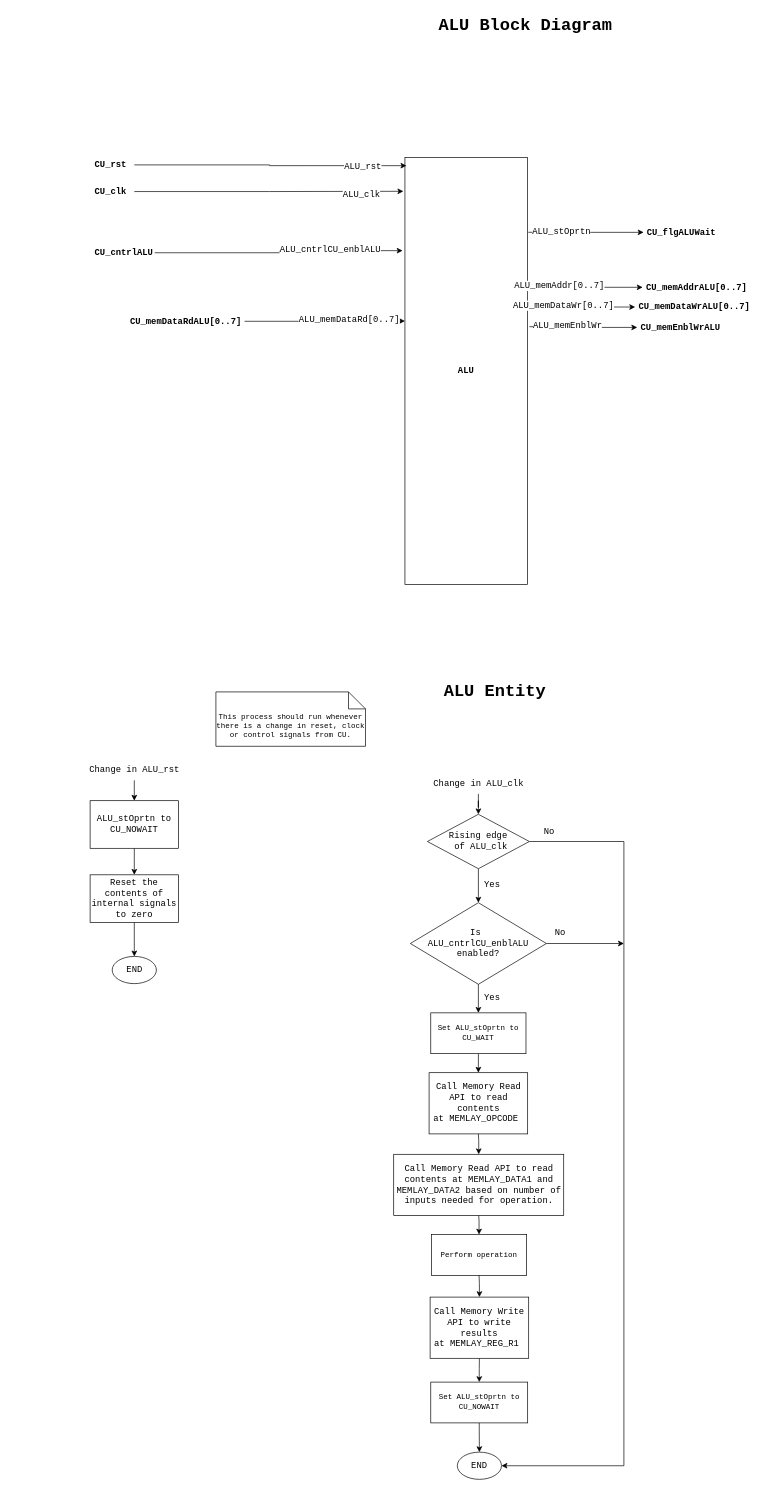
Above: page "ALU_BD" (7 of 9) of 04_ControlUnit_v1/CPU_Design.drawio in Vichu95/Basic_CPU_FPGA (draw.io), before the change. Source tidied: cells renumbered, new cells numbered last; positions are measured from the earlier drawing's top-left corner, leaving out a move shared by most shapes. Both pictures are drawn from the tidied source at 68%, with x=0, y=0 at pixel (80, 12).
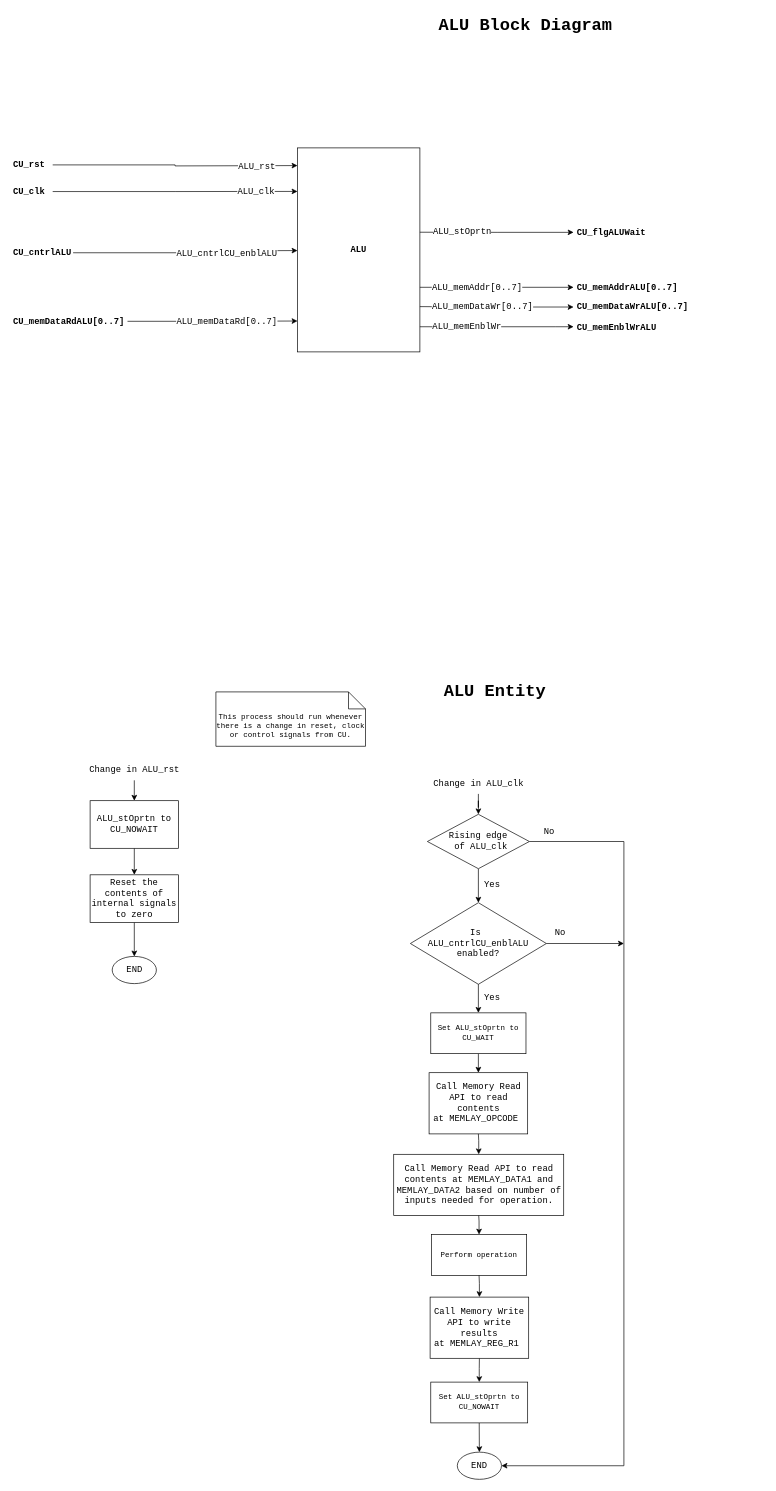
Above is the later version.

Diff of the diagram source:
```diff
@@
     <mxCell id="3" value="&lt;b&gt;&lt;font style=&quot;font-size: 13px;&quot;&gt;ALU&lt;/font&gt;&lt;/b&gt;" style="rounded=0;whiteSpace=wrap;html=1;fontFamily=Courier New;fontSize=11;" parent="1" vertex="1">
-      <mxGeometry x="478" y="214.2" width="180" height="628" as="geometry" />
+      <mxGeometry x="320" y="200" width="180" height="300" as="geometry" />
     </mxCell>
-    <mxCell id="4" style="edgeStyle=orthogonalEdgeStyle;rounded=0;jettySize=auto;html=1;fontFamily=Courier New;fontSize=13;fontColor=#0000FF;entryX=0.012;entryY=0.019;entryDx=0;entryDy=0;entryPerimeter=0;" parent="1" edge="1" source="6" target="3">
-      <mxGeometry relative="1" as="geometry" />
+    <mxCell id="4" style="edgeStyle=orthogonalEdgeStyle;rounded=0;jettySize=auto;html=1;fontFamily=Courier New;fontSize=13;fontColor=#0000FF;" parent="1" edge="1" source="6">
+      <mxGeometry relative="1" as="geometry">
+        <mxPoint x="320" y="226" as="targetPoint" />
+      </mxGeometry>
     </mxCell>
     <mxCell id="5" value="ALU_rst" style="edgeLabel;html=1;align=center;verticalAlign=middle;fontSize=13;fontFamily=Courier New;fontColor=#000000;" parent="4" vertex="1">
-      <mxGeometry x="0.68" relative="1" as="geometry" />
+      <mxGeometry x="0.68" relative="1" as="geometry">
+        <mxPoint x="-3" as="offset" />
+      </mxGeometry>
     </mxCell>
     <mxCell id="6" value="CU_rst" style="text;html=1;align=left;verticalAlign=middle;points=[];strokeColor=none;fillColor=none;fontStyle=1;labelBackgroundColor=none;fontColor=#000000;fontSize=13;fontFamily=Courier New;spacing=2;spacingRight=-13;" parent="1" vertex="1">
-      <mxGeometry x="20" y="210" width="60" height="30" as="geometry" />
+      <mxGeometry x="-100" y="210" width="60" height="30" as="geometry" />
     </mxCell>
-    <mxCell id="7" style="edgeStyle=orthogonalEdgeStyle;rounded=0;jettySize=auto;html=1;entryX=-0.013;entryY=0.079;entryDx=0;entryDy=0;entryPerimeter=0;fontFamily=Courier New;fontSize=13;fontColor=#000000;" parent="1" edge="1" source="9" target="3">
-      <mxGeometry relative="1" as="geometry" />
+    <mxCell id="7" style="edgeStyle=orthogonalEdgeStyle;rounded=0;jettySize=auto;html=1;fontFamily=Courier New;fontSize=13;fontColor=#000000;" parent="1" edge="1" source="9">
+      <mxGeometry relative="1" as="geometry">
+        <mxPoint x="320" y="264" as="targetPoint" />
+      </mxGeometry>
     </mxCell>
     <mxCell id="8" value="ALU_clk" style="edgeLabel;html=1;align=center;verticalAlign=middle;fontSize=13;fontFamily=Courier New;fontColor=#000000;" parent="7" vertex="1">
       <mxGeometry x="0.67" y="-4" relative="1" as="geometry">
-        <mxPoint x="3" as="offset" />
+        <mxPoint x="-2" y="-5" as="offset" />
       </mxGeometry>
     </mxCell>
     <mxCell id="9" value="CU_clk" style="text;html=1;align=left;verticalAlign=middle;points=[];strokeColor=none;fillColor=none;fontStyle=1;labelBackgroundColor=none;fontColor=#000000;fontSize=13;fontFamily=Courier New;spacing=2;spacingRight=-13;" parent="1" vertex="1">
-      <mxGeometry x="20" y="249.2" width="60" height="30" as="geometry" />
+      <mxGeometry x="-100" y="249.2" width="60" height="30" as="geometry" />
     </mxCell>
-    <mxCell id="10" style="edgeStyle=orthogonalEdgeStyle;rounded=0;jettySize=auto;html=1;entryX=-0.019;entryY=0.218;entryDx=0;entryDy=0;entryPerimeter=0;fontFamily=Courier New;fontSize=13;fontColor=#000000;startArrow=none;startFill=0;endArrow=classic;endFill=1;" parent="1" edge="1" source="12" target="3">
-      <mxGeometry relative="1" as="geometry" />
+    <mxCell id="10" style="edgeStyle=orthogonalEdgeStyle;rounded=0;jettySize=auto;html=1;fontFamily=Courier New;fontSize=13;fontColor=#000000;startArrow=none;startFill=0;endArrow=classic;endFill=1;" parent="1" edge="1" source="12">
+      <mxGeometry relative="1" as="geometry">
+        <mxPoint x="320" y="351" as="targetPoint" />
+      </mxGeometry>
     </mxCell>
     <mxCell id="11" value="ALU_cntrlCU_enblALU" style="edgeLabel;html=1;align=center;verticalAlign=middle;fontSize=13;fontFamily=Courier New;fontColor=#000000;" parent="10" vertex="1">
       <mxGeometry x="0.46" y="2" relative="1" as="geometry">
-        <mxPoint x="-7" as="offset" />
+        <mxPoint x="-15" y="5" as="offset" />
       </mxGeometry>
     </mxCell>
     <mxCell id="12" value="CU_cntrlALU" style="text;html=1;align=left;verticalAlign=middle;points=[];strokeColor=none;fillColor=none;fontStyle=1;labelBackgroundColor=none;fontColor=#000000;fontSize=13;fontFamily=Courier New;spacing=2;spacingRight=-13;" parent="1" vertex="1">
-      <mxGeometry x="20" y="339.2" width="90" height="30" as="geometry" />
+      <mxGeometry x="-100" y="339.2" width="90" height="30" as="geometry" />
     </mxCell>
-    <mxCell id="13" style="edgeStyle=orthogonalEdgeStyle;rounded=0;jettySize=auto;html=1;entryX=1.008;entryY=0.175;entryDx=0;entryDy=0;entryPerimeter=0;fontFamily=Courier New;fontSize=13;fontColor=#000000;startArrow=classic;startFill=1;endArrow=none;endFill=0;" parent="1" edge="1" source="15" target="3">
-      <mxGeometry relative="1" as="geometry" />
+    <mxCell id="13" style="edgeStyle=orthogonalEdgeStyle;rounded=0;jettySize=auto;html=1;fontFamily=Courier New;fontSize=13;fontColor=#000000;startArrow=classic;startFill=1;endArrow=none;endFill=0;" parent="1" edge="1" source="15">
+      <mxGeometry relative="1" as="geometry">
+        <mxPoint x="500" y="324" as="targetPoint" />
+      </mxGeometry>
     </mxCell>
     <mxCell id="14" value="ALU_stOprtn" style="edgeLabel;html=1;align=center;verticalAlign=middle;fontSize=13;fontFamily=Courier New;fontColor=#000000;" parent="13" vertex="1">
       <mxGeometry x="0.63" y="-2" relative="1" as="geometry">
-        <mxPoint x="16" as="offset" />
+        <mxPoint x="19" as="offset" />
       </mxGeometry>
     </mxCell>
     <mxCell id="15" value="CU_flgALUWait" style="text;html=1;align=left;verticalAlign=middle;points=[];strokeColor=none;fillColor=none;fontStyle=1;labelBackgroundColor=none;fontColor=#000000;fontSize=13;fontFamily=Courier New;spacingLeft=3;" parent="1" vertex="1">
-      <mxGeometry x="829" y="309.2" width="130" height="30" as="geometry" />
+      <mxGeometry x="726" y="309.2" width="130" height="30" as="geometry" />
     </mxCell>
@@
-    <mxCell id="50" style="edgeStyle=orthogonalEdgeStyle;rounded=0;jettySize=auto;html=1;entryX=1.008;entryY=0.175;entryDx=0;entryDy=0;entryPerimeter=0;fontFamily=Courier New;fontSize=13;fontColor=#000000;startArrow=classic;startFill=1;endArrow=none;endFill=0;" parent="1" edge="1" source="52">
+    <mxCell id="50" style="edgeStyle=orthogonalEdgeStyle;rounded=0;jettySize=auto;html=1;fontFamily=Courier New;fontSize=13;fontColor=#000000;startArrow=classic;startFill=1;endArrow=none;endFill=0;" parent="1" edge="1" source="52">
       <mxGeometry relative="1" as="geometry">
-        <mxPoint x="661" y="403.9" as="targetPoint" />
+        <mxPoint x="500" y="405" as="targetPoint" />
       </mxGeometry>
     </mxCell>
     <mxCell id="51" value="ALU_memAddr[0..7]" style="edgeLabel;html=1;align=center;verticalAlign=middle;fontSize=13;fontFamily=Courier New;fontColor=#000000;" parent="50" vertex="1">
       <mxGeometry x="0.63" y="-2" relative="1" as="geometry">
-        <mxPoint x="12" as="offset" />
+        <mxPoint x="42" y="2" as="offset" />
       </mxGeometry>
     </mxCell>
     <mxCell id="52" value="CU_memAddrALU[0..7]" style="text;html=1;align=left;verticalAlign=middle;points=[];strokeColor=none;fillColor=none;fontStyle=1;labelBackgroundColor=none;fontColor=#000000;fontSize=13;fontFamily=Courier New;spacingLeft=3;" parent="1" vertex="1">
-      <mxGeometry x="827.6" y="390" width="170" height="30" as="geometry" />
+      <mxGeometry x="726" y="390" width="170" height="30" as="geometry" />
     </mxCell>
     <mxCell id="53" style="edgeStyle=orthogonalEdgeStyle;rounded=0;jettySize=auto;html=1;entryX=1.014;entryY=0.222;entryDx=0;entryDy=0;entryPerimeter=0;fontFamily=Courier New;fontSize=13;fontColor=#000000;startArrow=classic;startFill=1;endArrow=none;endFill=0;" parent="1" edge="1" source="55">
       <mxGeometry relative="1" as="geometry">
-        <mxPoint x="662.1" y="433.4" as="targetPoint" />
+        <mxPoint x="500" y="433.4" as="targetPoint" />
       </mxGeometry>
     </mxCell>
     <mxCell id="54" value="ALU_memDataWr[0..7]" style="edgeLabel;html=1;align=center;verticalAlign=middle;fontSize=13;fontFamily=Courier New;fontColor=#000000;" parent="53" vertex="1">
       <mxGeometry x="0.73" y="-2" relative="1" as="geometry">
-        <mxPoint x="28" as="offset" />
+        <mxPoint x="61" y="2" as="offset" />
       </mxGeometry>
     </mxCell>
     <mxCell id="55" value="CU_memDataWrALU[0..7]" style="text;html=1;align=left;verticalAlign=middle;points=[];strokeColor=none;fillColor=none;fontStyle=1;labelBackgroundColor=none;fontColor=#000000;fontSize=13;fontFamily=Courier New;spacingLeft=3;" parent="1" vertex="1">
-      <mxGeometry x="816.6" y="419" width="190" height="30" as="geometry" />
+      <mxGeometry x="726" y="419" width="190" height="30" as="geometry" />
     </mxCell>
-    <mxCell id="56" style="edgeStyle=orthogonalEdgeStyle;rounded=0;jettySize=auto;html=1;entryX=1.008;entryY=0.175;entryDx=0;entryDy=0;entryPerimeter=0;fontFamily=Courier New;fontSize=13;fontColor=#000000;startArrow=classic;startFill=1;endArrow=none;endFill=0;" parent="1" edge="1" source="58">
+    <mxCell id="56" style="edgeStyle=orthogonalEdgeStyle;rounded=0;jettySize=auto;html=1;fontFamily=Courier New;fontSize=13;fontColor=#000000;startArrow=classic;startFill=1;endArrow=none;endFill=0;" parent="1" edge="1" source="58">
       <mxGeometry relative="1" as="geometry">
-        <mxPoint x="661" y="462.9" as="targetPoint" />
+        <mxPoint x="500" y="463" as="targetPoint" />
+        <Array as="points">
+          <mxPoint x="700" y="463" />
+          <mxPoint x="700" y="463" />
+        </Array>
       </mxGeometry>
     </mxCell>
     <mxCell id="57" value="ALU_memEnblWr" style="edgeLabel;html=1;align=center;verticalAlign=middle;fontSize=13;fontFamily=Courier New;fontColor=#000000;" parent="56" vertex="1">
       <mxGeometry x="0.63" y="-2" relative="1" as="geometry">
-        <mxPoint x="26" as="offset" />
+        <mxPoint x="26" y="1" as="offset" />
       </mxGeometry>
     </mxCell>
     <mxCell id="58" value="CU_memEnblWrALU" style="text;html=1;align=left;verticalAlign=middle;points=[];strokeColor=none;fillColor=none;fontStyle=1;labelBackgroundColor=none;fontColor=#000000;fontSize=13;fontFamily=Courier New;spacingLeft=3;" parent="1" vertex="1">
-      <mxGeometry x="819.6" y="449" width="140" height="30" as="geometry" />
+      <mxGeometry x="726" y="449" width="140" height="30" as="geometry" />
     </mxCell>
     <mxCell id="59" style="edgeStyle=orthogonalEdgeStyle;rounded=0;jettySize=auto;html=1;entryX=-0.017;entryY=0.458;entryDx=0;entryDy=0;entryPerimeter=0;fontFamily=Courier New;fontSize=13;fontColor=#000000;startArrow=none;startFill=0;endArrow=classic;endFill=1;" parent="1" edge="1" source="61">
       <mxGeometry relative="1" as="geometry">
-        <mxPoint x="478" y="454.6" as="targetPoint" />
+        <mxPoint x="320" y="454.6" as="targetPoint" />
       </mxGeometry>
     </mxCell>
     <mxCell id="60" value="ALU_memDataRd[0..7]" style="edgeLabel;html=1;align=center;verticalAlign=middle;fontSize=13;fontFamily=Courier New;fontColor=#000000;" parent="59" vertex="1">
       <mxGeometry x="0.46" y="2" relative="1" as="geometry">
-        <mxPoint x="-18" as="offset" />
+        <mxPoint x="-37" y="2" as="offset" />
       </mxGeometry>
     </mxCell>
     <mxCell id="61" value="CU_memDataRdALU[0..7]" style="text;html=1;align=left;verticalAlign=middle;points=[];strokeColor=none;fillColor=none;fontStyle=1;labelBackgroundColor=none;fontColor=#000000;fontSize=13;fontFamily=Courier New;spacing=2;spacingRight=-13;" parent="1" vertex="1">
-      <mxGeometry x="72.1" y="440" width="170" height="30" as="geometry" />
+      <mxGeometry x="-100" y="440" width="170" height="30" as="geometry" />
     </mxCell>
```
